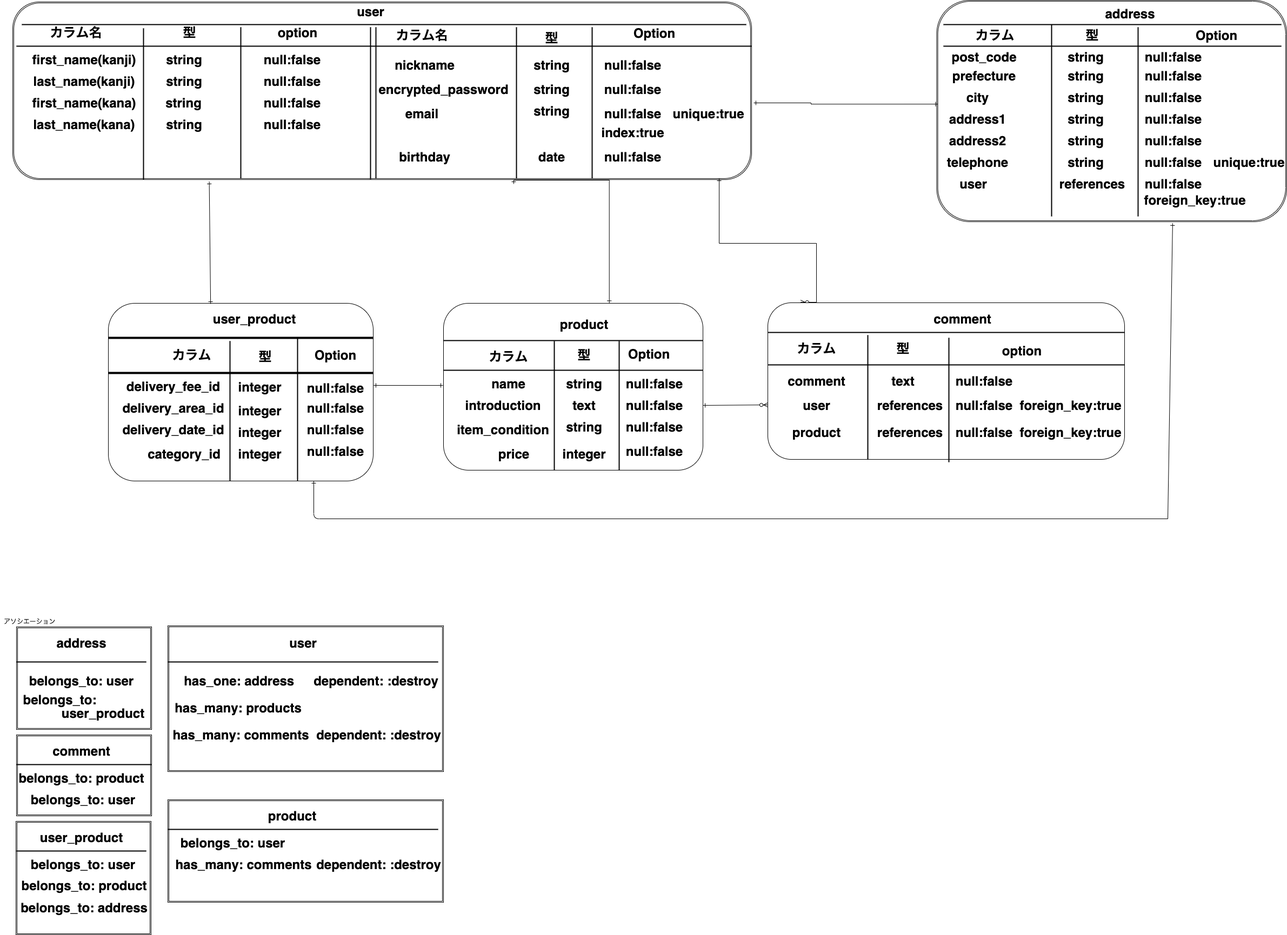
This is furima32413.png from Kaneko-Yukihiro0117/furima-32413, a draw.io export, as it was before one commit. Source tidied: cells renumbered, new cells last; positions are measured from the earlier drawing's top-left corner, leaving out a move shared by most shapes.
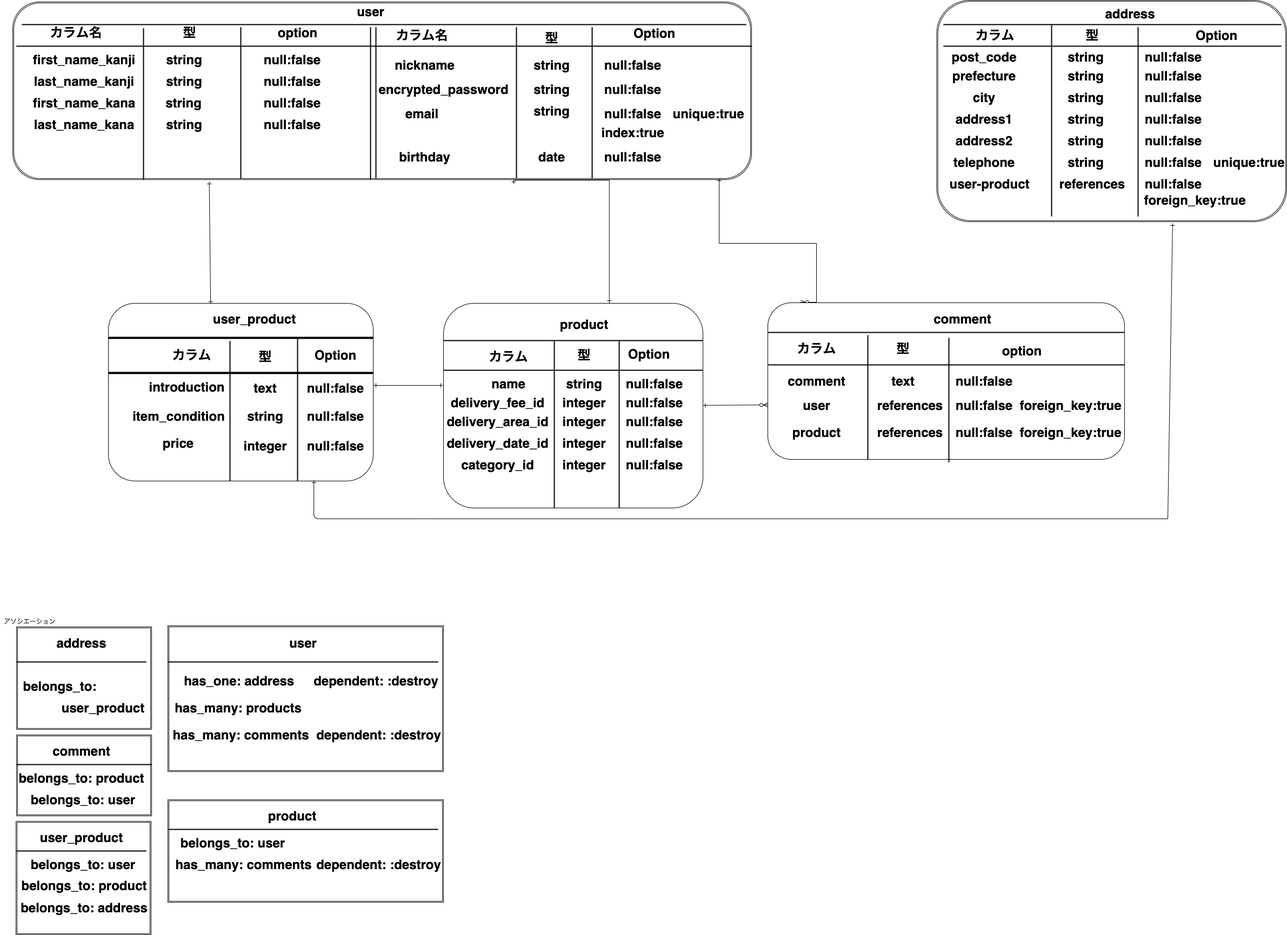
After the change.

Diff of the diagram source:
```diff
@@ -20,16 +20,16 @@
     <mxCell id="6" style="line;strokeWidth=2;html=1;" parent="1" vertex="1">
       <mxGeometry x="40" y="40" width="660" height="10" as="geometry" />
     </mxCell>
-    <mxCell id="7" value="first_name(kanji)" style="text;strokeColor=none;fillColor=none;html=1;fontSize=24;fontStyle=1;verticalAlign=middle;align=center;" parent="1" vertex="1">
+    <mxCell id="7" value="first_name_kanji" style="text;strokeColor=none;fillColor=none;html=1;fontSize=24;fontStyle=1;verticalAlign=middle;align=center;" parent="1" vertex="1">
       <mxGeometry x="50" y="90" width="210" height="40" as="geometry" />
     </mxCell>
-    <mxCell id="8" value="last_name(kanji)" style="text;strokeColor=none;fillColor=none;html=1;fontSize=24;fontStyle=1;verticalAlign=middle;align=center;" parent="1" vertex="1">
+    <mxCell id="8" value="last_name_kanji" style="text;strokeColor=none;fillColor=none;html=1;fontSize=24;fontStyle=1;verticalAlign=middle;align=center;" parent="1" vertex="1">
       <mxGeometry x="50" y="130" width="210" height="40" as="geometry" />
     </mxCell>
-    <mxCell id="9" value="first_name(kana)" style="text;strokeColor=none;fillColor=none;html=1;fontSize=24;fontStyle=1;verticalAlign=middle;align=center;" parent="1" vertex="1">
+    <mxCell id="9" value="first_name_kana" style="text;strokeColor=none;fillColor=none;html=1;fontSize=24;fontStyle=1;verticalAlign=middle;align=center;" parent="1" vertex="1">
       <mxGeometry x="100" y="170" width="110" height="40" as="geometry" />
     </mxCell>
-    <mxCell id="10" value="last_name(kana)" style="text;strokeColor=none;fillColor=none;html=1;fontSize=24;fontStyle=1;verticalAlign=middle;align=center;" parent="1" vertex="1">
+    <mxCell id="10" value="last_name_kana" style="text;strokeColor=none;fillColor=none;html=1;fontSize=24;fontStyle=1;verticalAlign=middle;align=center;" parent="1" vertex="1">
       <mxGeometry x="102.5" y="210" width="105" height="40" as="geometry" />
     </mxCell>
     <mxCell id="11" value="birthday" style="text;strokeColor=none;fillColor=none;html=1;fontSize=24;fontStyle=1;verticalAlign=middle;align=center;" parent="1" vertex="1">
@@ -148,26 +148,17 @@
     <mxCell id="45" value="prefecture" style="text;strokeColor=none;fillColor=none;html=1;fontSize=24;fontStyle=1;verticalAlign=middle;align=center;" parent="1" vertex="1">
       <mxGeometry x="1770" y="120" width="100" height="40" as="geometry" />
     </mxCell>
-    <mxCell id="46" style="edgeStyle=orthogonalEdgeStyle;rounded=0;jettySize=auto;html=1;startArrow=ERone;startFill=0;exitX=0.003;exitY=0.469;exitDx=0;exitDy=0;exitPerimeter=0;endArrow=ERone;endFill=0;" parent="1" edge="1" source="41">
-      <mxGeometry relative="1" as="geometry">
-        <mxPoint x="1394" y="190" as="targetPoint" />
-        <Array as="points">
-          <mxPoint x="1500" y="192" />
-          <mxPoint x="1500" y="190" />
-        </Array>
-      </mxGeometry>
-    </mxCell>
     <mxCell id="47" value="city" style="text;strokeColor=none;fillColor=none;html=1;fontSize=24;fontStyle=1;verticalAlign=middle;align=center;" parent="1" vertex="1">
-      <mxGeometry x="1758" y="160" width="100" height="40" as="geometry" />
+      <mxGeometry x="1770" y="160" width="100" height="40" as="geometry" />
     </mxCell>
     <mxCell id="48" value="address1" style="text;strokeColor=none;fillColor=none;html=1;fontSize=24;fontStyle=1;verticalAlign=middle;align=center;" parent="1" vertex="1">
-      <mxGeometry x="1758" y="200" width="100" height="40" as="geometry" />
+      <mxGeometry x="1770" y="200" width="100" height="40" as="geometry" />
     </mxCell>
     <mxCell id="49" value="address2" style="text;strokeColor=none;fillColor=none;html=1;fontSize=24;fontStyle=1;verticalAlign=middle;align=center;" parent="1" vertex="1">
-      <mxGeometry x="1758" y="240" width="100" height="40" as="geometry" />
+      <mxGeometry x="1770" y="240" width="100" height="40" as="geometry" />
     </mxCell>
     <mxCell id="50" value="telephone" style="text;strokeColor=none;fillColor=none;html=1;fontSize=24;fontStyle=1;verticalAlign=middle;align=center;" parent="1" vertex="1">
-      <mxGeometry x="1758" y="280" width="100" height="40" as="geometry" />
+      <mxGeometry x="1770" y="280" width="100" height="40" as="geometry" />
     </mxCell>
     <mxCell id="51" value="カラム" style="text;strokeColor=none;fillColor=none;html=1;fontSize=24;fontStyle=1;verticalAlign=middle;align=center;" parent="1" vertex="1">
       <mxGeometry x="1790" y="45" width="100" height="40" as="geometry" />
@@ -193,8 +184,8 @@
     <mxCell id="58" style="line;strokeWidth=2;direction=south;html=1;" parent="1" vertex="1">
       <mxGeometry x="2100" y="50" width="10" height="350" as="geometry" />
     </mxCell>
-    <mxCell id="59" value="user" style="text;strokeColor=none;fillColor=none;html=1;fontSize=24;fontStyle=1;verticalAlign=middle;align=center;" parent="1" vertex="1">
-      <mxGeometry x="1750" y="320" width="100" height="40" as="geometry" />
+    <mxCell id="59" value="user-product" style="text;strokeColor=none;fillColor=none;html=1;fontSize=24;fontStyle=1;verticalAlign=middle;align=center;" parent="1" vertex="1">
+      <mxGeometry x="1780" y="320" width="100" height="40" as="geometry" />
     </mxCell>
     <mxCell id="60" value="references" style="text;strokeColor=none;fillColor=none;html=1;fontSize=24;fontStyle=1;verticalAlign=middle;align=center;" parent="1" vertex="1">
       <mxGeometry x="1970" y="320" width="100" height="40" as="geometry" />
@@ -218,7 +209,7 @@
       <mxGeometry x="2260" y="280" width="100" height="40" as="geometry" />
     </mxCell>
     <mxCell id="67" style="rounded=1;whiteSpace=wrap;html=1;" parent="1" vertex="1">
-      <mxGeometry x="820" y="561" width="480" height="309" as="geometry" />
+      <mxGeometry x="820" y="561" width="480" height="379" as="geometry" />
     </mxCell>
     <mxCell id="68" style="rounded=1;whiteSpace=wrap;html=1;" parent="1" vertex="1">
       <mxGeometry x="1420" y="560" width="660" height="290" as="geometry" />
@@ -284,31 +275,31 @@
       <mxGeometry x="890" y="690" width="100" height="40" as="geometry" />
     </mxCell>
     <mxCell id="89" value="introduction" style="text;strokeColor=none;fillColor=none;html=1;fontSize=24;fontStyle=1;verticalAlign=middle;align=center;" parent="1" vertex="1">
-      <mxGeometry x="880" y="730" width="100" height="40" as="geometry" />
+      <mxGeometry x="295" y="695.5" width="100" height="40" as="geometry" />
     </mxCell>
     <mxCell id="90" value="item_condition" style="text;strokeColor=none;fillColor=none;html=1;fontSize=24;fontStyle=1;verticalAlign=middle;align=center;" parent="1" vertex="1">
-      <mxGeometry x="880" y="775" width="100" height="40" as="geometry" />
+      <mxGeometry x="280" y="750" width="100" height="40" as="geometry" />
     </mxCell>
     <mxCell id="91" value="category_id" style="text;strokeColor=none;fillColor=none;html=1;fontSize=24;fontStyle=1;verticalAlign=middle;align=center;" parent="1" vertex="1">
-      <mxGeometry x="290" y="820" width="100" height="40" as="geometry" />
+      <mxGeometry x="870" y="840" width="100" height="40" as="geometry" />
     </mxCell>
     <mxCell id="92" value="delivery_fee_id" style="text;strokeColor=none;fillColor=none;html=1;fontSize=24;fontStyle=1;verticalAlign=middle;align=center;" parent="1" vertex="1">
-      <mxGeometry x="270" y="695" width="100" height="40" as="geometry" />
+      <mxGeometry x="870" y="725" width="100" height="40" as="geometry" />
     </mxCell>
     <mxCell id="93" value="カラム" style="text;strokeColor=none;fillColor=none;html=1;fontSize=24;fontStyle=1;verticalAlign=middle;align=center;" parent="1" vertex="1">
       <mxGeometry x="890" y="642" width="100" height="35" as="geometry" />
     </mxCell>
     <mxCell id="94" value="delivery_area_id" style="text;strokeColor=none;fillColor=none;html=1;fontSize=24;fontStyle=1;verticalAlign=middle;align=center;" parent="1" vertex="1">
-      <mxGeometry x="270" y="735" width="100" height="40" as="geometry" />
+      <mxGeometry x="870" y="760" width="100" height="40" as="geometry" />
     </mxCell>
     <mxCell id="95" value="price" style="text;strokeColor=none;fillColor=none;html=1;fontSize=24;fontStyle=1;verticalAlign=middle;align=center;" parent="1" vertex="1">
-      <mxGeometry x="900" y="820" width="100" height="40" as="geometry" />
+      <mxGeometry x="279" y="800" width="100" height="40" as="geometry" />
     </mxCell>
     <mxCell id="96" style="line;strokeWidth=2;direction=south;html=1;" parent="1" vertex="1">
-      <mxGeometry x="1020" y="631" width="10" height="239" as="geometry" />
+      <mxGeometry x="1020" y="631" width="10" height="309" as="geometry" />
     </mxCell>
     <mxCell id="97" style="line;strokeWidth=2;direction=south;html=1;" parent="1" vertex="1">
-      <mxGeometry x="1140" y="631" width="10" height="239" as="geometry" />
+      <mxGeometry x="1140" y="631" width="10" height="309" as="geometry" />
     </mxCell>
     <mxCell id="98" value="型" style="text;strokeColor=none;fillColor=none;html=1;fontSize=24;fontStyle=1;verticalAlign=middle;align=center;" parent="1" vertex="1">
       <mxGeometry x="1030" y="637" width="100" height="40" as="geometry" />
@@ -317,31 +308,31 @@
       <mxGeometry x="1030" y="690" width="100" height="40" as="geometry" />
     </mxCell>
     <mxCell id="100" value="text" style="text;strokeColor=none;fillColor=none;html=1;fontSize=24;fontStyle=1;verticalAlign=middle;align=center;" parent="1" vertex="1">
-      <mxGeometry x="1030" y="730" width="100" height="40" as="geometry" />
+      <mxGeometry x="440" y="698" width="100" height="40" as="geometry" />
     </mxCell>
     <mxCell id="101" value="string" style="text;strokeColor=none;fillColor=none;html=1;fontSize=24;fontStyle=1;verticalAlign=middle;align=center;" parent="1" vertex="1">
-      <mxGeometry x="1030" y="770" width="100" height="40" as="geometry" />
+      <mxGeometry x="440" y="750" width="100" height="40" as="geometry" />
     </mxCell>
     <mxCell id="102" value="integer" style="text;strokeColor=none;fillColor=none;html=1;fontSize=24;fontStyle=1;verticalAlign=middle;align=center;" parent="1" vertex="1">
-      <mxGeometry x="1030" y="820" width="100" height="40" as="geometry" />
+      <mxGeometry x="440" y="805" width="100" height="40" as="geometry" />
     </mxCell>
     <mxCell id="103" value="null:false" style="text;strokeColor=none;fillColor=none;html=1;fontSize=24;fontStyle=1;verticalAlign=middle;align=center;" parent="1" vertex="1">
       <mxGeometry x="1160" y="690" width="100" height="40" as="geometry" />
     </mxCell>
     <mxCell id="104" value="null:false" style="text;strokeColor=none;fillColor=none;html=1;fontSize=24;fontStyle=1;verticalAlign=middle;align=center;" parent="1" vertex="1">
-      <mxGeometry x="1160" y="730" width="100" height="40" as="geometry" />
+      <mxGeometry x="1160" y="725" width="100" height="40" as="geometry" />
     </mxCell>
     <mxCell id="105" value="null:false" style="text;strokeColor=none;fillColor=none;html=1;fontSize=24;fontStyle=1;verticalAlign=middle;align=center;" parent="1" vertex="1">
-      <mxGeometry x="570" y="780" width="100" height="30" as="geometry" />
+      <mxGeometry x="570" y="810" width="100" height="30" as="geometry" />
     </mxCell>
     <mxCell id="106" value="null:false" style="text;strokeColor=none;fillColor=none;html=1;fontSize=24;fontStyle=1;verticalAlign=middle;align=center;" parent="1" vertex="1">
-      <mxGeometry x="1160" y="770" width="100" height="40" as="geometry" />
+      <mxGeometry x="1160" y="760" width="100" height="40" as="geometry" />
     </mxCell>
     <mxCell id="107" value="null:false" style="text;strokeColor=none;fillColor=none;html=1;fontSize=24;fontStyle=1;verticalAlign=middle;align=center;" parent="1" vertex="1">
-      <mxGeometry x="570" y="735" width="100" height="40" as="geometry" />
+      <mxGeometry x="570" y="750" width="100" height="40" as="geometry" />
     </mxCell>
     <mxCell id="108" value="null:false" style="text;strokeColor=none;fillColor=none;html=1;fontSize=24;fontStyle=1;verticalAlign=middle;align=center;" parent="1" vertex="1">
-      <mxGeometry x="1160" y="815" width="100" height="40" as="geometry" />
+      <mxGeometry x="1160" y="840" width="100" height="40" as="geometry" />
     </mxCell>
     <mxCell id="109" value="null:false" style="text;strokeColor=none;fillColor=none;html=1;fontSize=24;fontStyle=1;verticalAlign=middle;align=center;" parent="1" vertex="1">
       <mxGeometry x="570" y="698" width="100" height="40" as="geometry" />
@@ -379,9 +370,6 @@
     <mxCell id="120" style="line;strokeWidth=2;html=1;" parent="1" vertex="1">
       <mxGeometry x="30" y="1220" width="240" height="10" as="geometry" />
     </mxCell>
-    <mxCell id="121" value="belongs_to: user" style="text;strokeColor=none;fillColor=none;html=1;fontSize=24;fontStyle=1;verticalAlign=middle;align=center;" parent="1" vertex="1">
-      <mxGeometry x="100" y="1240" width="100" height="40" as="geometry" />
-    </mxCell>
     <mxCell id="122" style="shape=ext;double=1;rounded=0;whiteSpace=wrap;html=1;" parent="1" vertex="1">
       <mxGeometry x="29" y="1520" width="250" height="210" as="geometry" />
     </mxCell>
@@ -463,17 +451,14 @@
     <mxCell id="148" value="null:false" style="text;strokeColor=none;fillColor=none;html=1;fontSize=24;fontStyle=1;verticalAlign=middle;align=center;" parent="1" vertex="1">
       <mxGeometry x="1120" y="145" width="100" height="40" as="geometry" />
     </mxCell>
-    <mxCell id="149" value="integer" style="text;strokeColor=none;fillColor=none;html=1;fontSize=24;fontStyle=1;verticalAlign=middle;align=center;" parent="1" vertex="1">
-      <mxGeometry x="430" y="740" width="100" height="40" as="geometry" />
-    </mxCell>
     <mxCell id="150" value="integer" style="text;strokeColor=none;fillColor=none;html=1;fontSize=24;fontStyle=1;verticalAlign=middle;align=center;" parent="1" vertex="1">
-      <mxGeometry x="430" y="695.5" width="100" height="40" as="geometry" />
+      <mxGeometry x="1030" y="840" width="100" height="40" as="geometry" />
     </mxCell>
     <mxCell id="151" value="integer" style="text;strokeColor=none;fillColor=none;html=1;fontSize=24;fontStyle=1;verticalAlign=middle;align=center;" parent="1" vertex="1">
-      <mxGeometry x="430" y="780" width="100" height="40" as="geometry" />
+      <mxGeometry x="1030" y="725" width="100" height="40" as="geometry" />
     </mxCell>
     <mxCell id="152" value="integer" style="text;strokeColor=none;fillColor=none;html=1;fontSize=24;fontStyle=1;verticalAlign=middle;align=center;" parent="1" vertex="1">
-      <mxGeometry x="430" y="820" width="100" height="40" as="geometry" />
+      <mxGeometry x="1030" y="800" width="100" height="40" as="geometry" />
     </mxCell>
     <mxCell id="153" value="user_product" style="text;strokeColor=none;fillColor=none;html=1;fontSize=24;fontStyle=1;verticalAlign=middle;align=center;" parent="1" vertex="1">
       <mxGeometry x="420" y="570" width="100" height="40" as="geometry" />
@@ -488,11 +473,8 @@
       <mxGeometry x="304" y="637" width="100" height="40" as="geometry" />
     </mxCell>
     <mxCell id="157" value="delivery_date_id" style="text;strokeColor=none;fillColor=none;html=1;fontSize=24;fontStyle=1;verticalAlign=middle;align=center;" parent="1" vertex="1">
-      <mxGeometry x="270" y="775" width="100" height="40" as="geometry" />
+      <mxGeometry x="870" y="800" width="100" height="40" as="geometry" />
     </mxCell>
-    <mxCell id="158" value="null:false" style="text;strokeColor=none;fillColor=none;html=1;fontSize=24;fontStyle=1;verticalAlign=middle;align=center;" parent="1" vertex="1">
-      <mxGeometry x="570" y="815" width="100" height="40" as="geometry" />
-    </mxCell>
     <mxCell id="159" style="line;strokeWidth=2;direction=south;html=1;" parent="1" vertex="1">
       <mxGeometry x="420" y="631" width="10" height="259" as="geometry" />
     </mxCell>
@@ -520,9 +502,10 @@
     <mxCell id="167" value="belongs_to: product" style="text;strokeColor=none;fillColor=none;html=1;fontSize=24;fontStyle=1;verticalAlign=middle;align=center;" parent="1" vertex="1">
       <mxGeometry x="105" y="1619" width="100" height="40" as="geometry" />
     </mxCell>
-    <mxCell id="168" style="endArrow=ERone;html=1;entryX=-0.002;entryY=0.492;entryDx=0;entryDy=0;entryPerimeter=0;startArrow=ERone;startFill=0;endFill=0;" parent="1" edge="1" target="67">
+    <mxCell id="168" style="endArrow=ERone;html=1;startArrow=ERone;startFill=0;endFill=0;" parent="1" edge="1">
       <mxGeometry relative="1" as="geometry">
         <mxPoint x="691" y="713" as="sourcePoint" />
+        <mxPoint x="819" y="713" as="targetPoint" />
       </mxGeometry>
     </mxCell>
     <mxCell id="169" style="endArrow=ERzeroToMany;html=1;entryX=0;entryY=0.652;entryDx=0;entryDy=0;entryPerimeter=0;startArrow=ERone;startFill=0;endFill=1;" parent="1" edge="1" target="68">
@@ -550,23 +533,29 @@
         <mxPoint x="2160" y="960" as="sourcePoint" />
       </mxGeometry>
     </mxCell>
-    <mxCell id="176" style="endArrow=ERone;html=1;endFill=0;" parent="1" edge="1">
-      <mxGeometry relative="1" as="geometry">
-        <mxPoint x="2160" y="960" as="sourcePoint" />
-        <mxPoint x="580" y="890" as="targetPoint" />
-        <Array as="points">
-          <mxPoint x="580" y="960" />
-        </Array>
-      </mxGeometry>
-    </mxCell>
     <mxCell id="177" value="belongs_to:" style="text;strokeColor=none;fillColor=none;html=1;fontSize=24;fontStyle=1;verticalAlign=middle;align=center;" parent="1" vertex="1">
-      <mxGeometry x="60" y="1275" width="100" height="40" as="geometry" />
+      <mxGeometry x="60" y="1250" width="100" height="40" as="geometry" />
     </mxCell>
     <mxCell id="178" value="user_product" style="text;strokeColor=none;fillColor=none;html=1;fontSize=24;fontStyle=1;verticalAlign=middle;align=center;" parent="1" vertex="1">
-      <mxGeometry x="140" y="1300" width="100" height="40" as="geometry" />
+      <mxGeometry x="140" y="1290" width="100" height="40" as="geometry" />
     </mxCell>
     <mxCell id="179" value="belongs_to: address" style="text;strokeColor=none;fillColor=none;html=1;fontSize=24;fontStyle=1;verticalAlign=middle;align=center;" parent="1" vertex="1">
       <mxGeometry x="105" y="1660" width="100" height="40" as="geometry" />
     </mxCell>
+    <mxCell id="149" value="integer" style="text;strokeColor=none;fillColor=none;html=1;fontSize=24;fontStyle=1;verticalAlign=middle;align=center;" parent="1" vertex="1">
+      <mxGeometry x="1030" y="760" width="100" height="40" as="geometry" />
+    </mxCell>
+    <mxCell id="180" style="endArrow=ERone;html=1;endFill=0;entryX=0.776;entryY=0.997;entryDx=0;entryDy=0;entryPerimeter=0;" parent="1" edge="1" target="3">
+      <mxGeometry relative="1" as="geometry">
+        <mxPoint x="2160" y="960" as="sourcePoint" />
+        <Array as="points">
+          <mxPoint x="780" y="960" />
+          <mxPoint x="580" y="960" />
+        </Array>
+      </mxGeometry>
+    </mxCell>
+    <mxCell id="158" value="null:false" style="text;strokeColor=none;fillColor=none;html=1;fontSize=24;fontStyle=1;verticalAlign=middle;align=center;" parent="1" vertex="1">
+      <mxGeometry x="1160" y="800" width="100" height="40" as="geometry" />
+    </mxCell>
   </root>
 </mxGraphModel>
```
